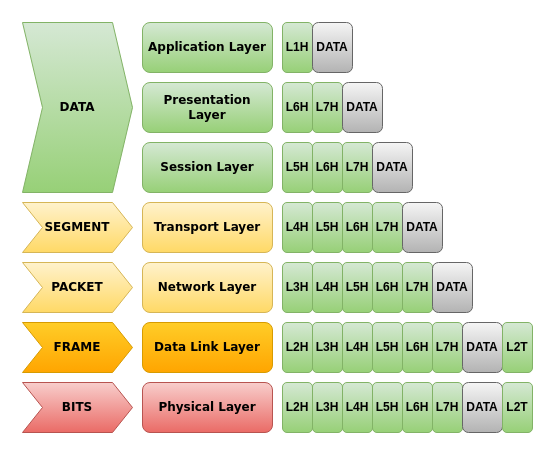
Above: OSImodel/images/OSImodel.drawio in cybsf/CheatSheets (draw.io), before the change. Source tidied: cells renumbered, new cells numbered last; positions are measured from the earlier drawing's top-left corner, leaving out a move shared by most shapes. Both pictures are drawn from the tidied source at 100%, with x=0, y=0 at pixel (22, 22).
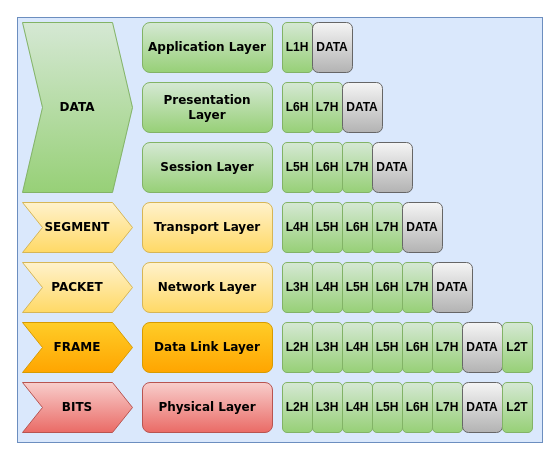
The same diagram, later.

What changed in the source:
```diff
@@
+    <mxCell id="50" style="rounded=0;whiteSpace=wrap;html=1;fontFamily=Verdana;strokeColor=#6c8ebf;fillColor=#dae8fc;" parent="1" vertex="1">
+      <mxGeometry x="-5" y="-5" width="525" height="425" as="geometry" />
+    </mxCell>
```
